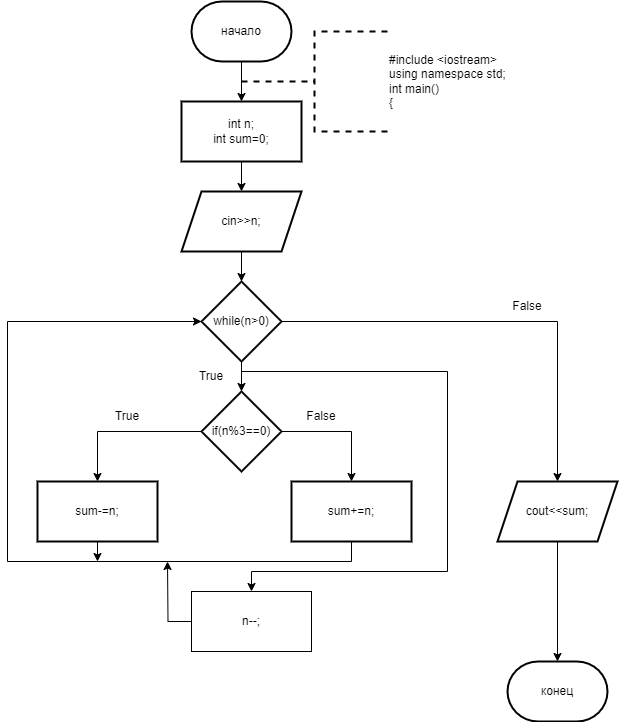
ksinph/PSTU_LABS_2023 keeps this draw.io diagram as 2_19.drawio.png. Above is the earlier version. Source tidied: cells renumbered, new cells last; positions are measured from the earlier drawing's top-left corner, leaving out a move shared by most shapes. The source it was exported from:
```xml
<mxGraphModel>
  <root>
    <mxCell id="0" />
    <mxCell id="1" parent="0" />
    <mxCell id="2" style="edgeStyle=orthogonalEdgeStyle;rounded=0;jettySize=auto;html=1;" parent="1" edge="1" source="3" target="5">
      <mxGeometry relative="1" as="geometry" />
    </mxCell>
    <mxCell id="3" value="начало" style="strokeWidth=2;html=1;shape=mxgraph.flowchart.terminator;whiteSpace=wrap;" parent="1" vertex="1">
      <mxGeometry x="184" width="100" height="60" as="geometry" />
    </mxCell>
    <mxCell id="4" style="edgeStyle=orthogonalEdgeStyle;rounded=0;jettySize=auto;html=1;" parent="1" edge="1" source="5" target="7">
      <mxGeometry relative="1" as="geometry" />
    </mxCell>
    <mxCell id="5" value="int n;&lt;br&gt;int sum=0;" style="whiteSpace=wrap;html=1;strokeWidth=2;" parent="1" vertex="1">
      <mxGeometry x="174" y="100" width="120" height="60" as="geometry" />
    </mxCell>
    <mxCell id="6" style="edgeStyle=orthogonalEdgeStyle;rounded=0;jettySize=auto;html=1;" parent="1" edge="1" source="7" target="11">
      <mxGeometry relative="1" as="geometry" />
    </mxCell>
    <mxCell id="7" value="cin&amp;gt;&amp;gt;n;" style="shape=parallelogram;perimeter=parallelogramPerimeter;whiteSpace=wrap;html=1;fixedSize=1;strokeWidth=2;" parent="1" vertex="1">
      <mxGeometry x="174" y="190" width="120" height="60" as="geometry" />
    </mxCell>
    <mxCell id="8" style="edgeStyle=orthogonalEdgeStyle;rounded=0;jettySize=auto;html=1;" parent="1" edge="1" source="11" target="14">
      <mxGeometry relative="1" as="geometry" />
    </mxCell>
    <mxCell id="9" style="edgeStyle=orthogonalEdgeStyle;rounded=0;jettySize=auto;html=1;" parent="1" edge="1" source="11" target="19">
      <mxGeometry relative="1" as="geometry" />
    </mxCell>
    <mxCell id="10" style="edgeStyle=orthogonalEdgeStyle;rounded=0;jettySize=auto;html=1;exitX=0.5;exitY=1;exitDx=0;exitDy=0;entryX=0.5;entryY=0;entryDx=0;entryDy=0;" parent="1" edge="1" source="11" target="21">
      <mxGeometry relative="1" as="geometry">
        <Array as="points">
          <mxPoint x="234" y="370" />
          <mxPoint x="440" y="370" />
          <mxPoint x="440" y="570" />
          <mxPoint x="244" y="570" />
        </Array>
      </mxGeometry>
    </mxCell>
    <mxCell id="11" value="while(n&amp;gt;0)" style="rhombus;whiteSpace=wrap;html=1;strokeWidth=2;" parent="1" vertex="1">
      <mxGeometry x="194" y="280" width="80" height="80" as="geometry" />
    </mxCell>
    <mxCell id="12" style="edgeStyle=orthogonalEdgeStyle;rounded=0;jettySize=auto;html=1;" parent="1" edge="1" source="14" target="16">
      <mxGeometry relative="1" as="geometry" />
    </mxCell>
    <mxCell id="13" style="edgeStyle=orthogonalEdgeStyle;rounded=0;jettySize=auto;html=1;" parent="1" edge="1" source="14" target="18">
      <mxGeometry relative="1" as="geometry" />
    </mxCell>
    <mxCell id="14" value="if(n%3==0)" style="rhombus;whiteSpace=wrap;html=1;strokeWidth=2;" parent="1" vertex="1">
      <mxGeometry x="194" y="390" width="80" height="80" as="geometry" />
    </mxCell>
    <mxCell id="15" style="edgeStyle=orthogonalEdgeStyle;rounded=0;jettySize=auto;html=1;exitX=0.5;exitY=1;exitDx=0;exitDy=0;" parent="1" edge="1" source="16">
      <mxGeometry relative="1" as="geometry">
        <mxPoint x="90" y="560" as="targetPoint" />
      </mxGeometry>
    </mxCell>
    <mxCell id="16" value="sum-=n;" style="whiteSpace=wrap;html=1;strokeWidth=2;" parent="1" vertex="1">
      <mxGeometry x="30" y="480" width="120" height="60" as="geometry" />
    </mxCell>
    <mxCell id="17" style="edgeStyle=orthogonalEdgeStyle;rounded=0;jettySize=auto;html=1;exitX=0.5;exitY=1;exitDx=0;exitDy=0;entryX=0;entryY=0.5;entryDx=0;entryDy=0;" parent="1" edge="1" source="18" target="11">
      <mxGeometry relative="1" as="geometry">
        <Array as="points">
          <mxPoint x="344" y="560" />
          <mxPoint y="560" />
          <mxPoint y="320" />
        </Array>
      </mxGeometry>
    </mxCell>
    <mxCell id="18" value="sum+=n;" style="whiteSpace=wrap;html=1;strokeWidth=2;" parent="1" vertex="1">
      <mxGeometry x="284" y="480" width="120" height="60" as="geometry" />
    </mxCell>
    <mxCell id="19" value="cout&amp;lt;&amp;lt;sum;" style="shape=parallelogram;perimeter=parallelogramPerimeter;whiteSpace=wrap;html=1;fixedSize=1;strokeWidth=2;" parent="1" vertex="1">
      <mxGeometry x="490" y="480" width="120" height="60" as="geometry" />
    </mxCell>
    <mxCell id="20" style="edgeStyle=orthogonalEdgeStyle;rounded=0;jettySize=auto;html=1;exitX=0;exitY=0.5;exitDx=0;exitDy=0;" parent="1" edge="1" source="21">
      <mxGeometry relative="1" as="geometry">
        <mxPoint x="160" y="560" as="targetPoint" />
      </mxGeometry>
    </mxCell>
    <mxCell id="21" value="n--;" style="rounded=0;whiteSpace=wrap;html=1;" parent="1" vertex="1">
      <mxGeometry x="184" y="590" width="120" height="60" as="geometry" />
    </mxCell>
    <mxCell id="22" value="конец" style="strokeWidth=2;html=1;shape=mxgraph.flowchart.terminator;whiteSpace=wrap;" parent="1" vertex="1">
      <mxGeometry x="500" y="660" width="100" height="60" as="geometry" />
    </mxCell>
    <mxCell id="23" style="edgeStyle=orthogonalEdgeStyle;rounded=0;jettySize=auto;html=1;exitX=0.5;exitY=1;exitDx=0;exitDy=0;entryX=0.5;entryY=0;entryDx=0;entryDy=0;entryPerimeter=0;" parent="1" edge="1" source="19" target="22">
      <mxGeometry relative="1" as="geometry" />
    </mxCell>
    <mxCell id="24" value="&lt;div&gt;#include &amp;lt;iostream&amp;gt;&lt;/div&gt;&lt;div&gt;using namespace std;&lt;/div&gt;&lt;div&gt;int main()&lt;/div&gt;&lt;div&gt;{&lt;/div&gt;" style="strokeWidth=2;html=1;shape=mxgraph.flowchart.annotation_2;align=left;labelPosition=right;dashed=1;" parent="1" vertex="1">
      <mxGeometry x="234" y="30" width="146" height="100" as="geometry" />
    </mxCell>
    <mxCell id="25" value="True" style="text;html=1;strokeColor=none;fillColor=none;align=center;verticalAlign=middle;whiteSpace=wrap;rounded=0;" parent="1" vertex="1">
      <mxGeometry x="90" y="400" width="60" height="30" as="geometry" />
    </mxCell>
    <mxCell id="26" value="False" style="text;html=1;strokeColor=none;fillColor=none;align=center;verticalAlign=middle;whiteSpace=wrap;rounded=0;" parent="1" vertex="1">
      <mxGeometry x="284" y="400" width="60" height="30" as="geometry" />
    </mxCell>
    <mxCell id="27" value="True" style="text;html=1;strokeColor=none;fillColor=none;align=center;verticalAlign=middle;whiteSpace=wrap;rounded=0;" parent="1" vertex="1">
      <mxGeometry x="174" y="360" width="60" height="30" as="geometry" />
    </mxCell>
    <mxCell id="28" value="False" style="text;html=1;strokeColor=none;fillColor=none;align=center;verticalAlign=middle;whiteSpace=wrap;rounded=0;" parent="1" vertex="1">
      <mxGeometry x="490" y="290" width="60" height="30" as="geometry" />
    </mxCell>
  </root>
</mxGraphModel>
```
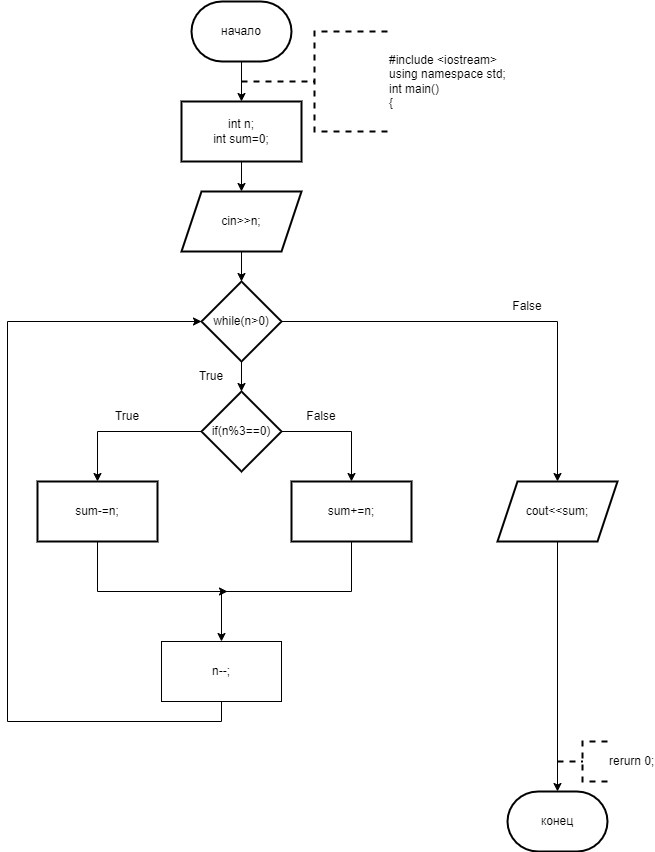
Above is the later version.

The edit, as a diff of the source:
```diff
@@ -26,16 +26,6 @@
     <mxCell id="9" style="edgeStyle=orthogonalEdgeStyle;rounded=0;jettySize=auto;html=1;" parent="1" edge="1" source="11" target="19">
       <mxGeometry relative="1" as="geometry" />
     </mxCell>
-    <mxCell id="10" style="edgeStyle=orthogonalEdgeStyle;rounded=0;jettySize=auto;html=1;exitX=0.5;exitY=1;exitDx=0;exitDy=0;entryX=0.5;entryY=0;entryDx=0;entryDy=0;" parent="1" edge="1" source="11" target="21">
-      <mxGeometry relative="1" as="geometry">
-        <Array as="points">
-          <mxPoint x="234" y="370" />
-          <mxPoint x="440" y="370" />
-          <mxPoint x="440" y="570" />
-          <mxPoint x="244" y="570" />
-        </Array>
-      </mxGeometry>
-    </mxCell>
     <mxCell id="11" value="while(n&amp;gt;0)" style="rhombus;whiteSpace=wrap;html=1;strokeWidth=2;" parent="1" vertex="1">
       <mxGeometry x="194" y="280" width="80" height="80" as="geometry" />
     </mxCell>
@@ -50,37 +40,38 @@
     </mxCell>
     <mxCell id="15" style="edgeStyle=orthogonalEdgeStyle;rounded=0;jettySize=auto;html=1;exitX=0.5;exitY=1;exitDx=0;exitDy=0;" parent="1" edge="1" source="16">
       <mxGeometry relative="1" as="geometry">
-        <mxPoint x="90" y="560" as="targetPoint" />
+        <mxPoint x="220" y="590" as="targetPoint" />
+        <Array as="points">
+          <mxPoint x="90" y="590" />
+        </Array>
       </mxGeometry>
     </mxCell>
     <mxCell id="16" value="sum-=n;" style="whiteSpace=wrap;html=1;strokeWidth=2;" parent="1" vertex="1">
       <mxGeometry x="30" y="480" width="120" height="60" as="geometry" />
     </mxCell>
-    <mxCell id="17" style="edgeStyle=orthogonalEdgeStyle;rounded=0;jettySize=auto;html=1;exitX=0.5;exitY=1;exitDx=0;exitDy=0;entryX=0;entryY=0.5;entryDx=0;entryDy=0;" parent="1" edge="1" source="18" target="11">
-      <mxGeometry relative="1" as="geometry">
-        <Array as="points">
-          <mxPoint x="344" y="560" />
-          <mxPoint y="560" />
-          <mxPoint y="320" />
-        </Array>
-      </mxGeometry>
-    </mxCell>
+    <mxCell id="29" style="edgeStyle=orthogonalEdgeStyle;rounded=0;jettySize=auto;html=1;exitX=0.5;exitY=1;exitDx=0;exitDy=0;entryX=0.5;entryY=0;entryDx=0;entryDy=0;" parent="1" edge="1" source="18" target="21">
+      <mxGeometry relative="1" as="geometry" />
+    </mxCell>
     <mxCell id="18" value="sum+=n;" style="whiteSpace=wrap;html=1;strokeWidth=2;" parent="1" vertex="1">
       <mxGeometry x="284" y="480" width="120" height="60" as="geometry" />
     </mxCell>
     <mxCell id="19" value="cout&amp;lt;&amp;lt;sum;" style="shape=parallelogram;perimeter=parallelogramPerimeter;whiteSpace=wrap;html=1;fixedSize=1;strokeWidth=2;" parent="1" vertex="1">
       <mxGeometry x="490" y="480" width="120" height="60" as="geometry" />
     </mxCell>
-    <mxCell id="20" style="edgeStyle=orthogonalEdgeStyle;rounded=0;jettySize=auto;html=1;exitX=0;exitY=0.5;exitDx=0;exitDy=0;" parent="1" edge="1" source="21">
-      <mxGeometry relative="1" as="geometry">
-        <mxPoint x="160" y="560" as="targetPoint" />
-      </mxGeometry>
-    </mxCell>
+    <mxCell id="30" style="edgeStyle=orthogonalEdgeStyle;rounded=0;jettySize=auto;html=1;exitX=0.5;exitY=1;exitDx=0;exitDy=0;entryX=0;entryY=0.5;entryDx=0;entryDy=0;" parent="1" edge="1" source="21" target="11">
+      <mxGeometry relative="1" as="geometry">
+        <Array as="points">
+          <mxPoint x="214" y="720" />
+          <mxPoint y="720" />
+          <mxPoint y="320" />
+        </Array>
+      </mxGeometry>
+    </mxCell>
     <mxCell id="21" value="n--;" style="rounded=0;whiteSpace=wrap;html=1;" parent="1" vertex="1">
-      <mxGeometry x="184" y="590" width="120" height="60" as="geometry" />
+      <mxGeometry x="154" y="640" width="120" height="60" as="geometry" />
     </mxCell>
     <mxCell id="22" value="конец" style="strokeWidth=2;html=1;shape=mxgraph.flowchart.terminator;whiteSpace=wrap;" parent="1" vertex="1">
-      <mxGeometry x="500" y="660" width="100" height="60" as="geometry" />
+      <mxGeometry x="500" y="790" width="100" height="60" as="geometry" />
     </mxCell>
     <mxCell id="23" style="edgeStyle=orthogonalEdgeStyle;rounded=0;jettySize=auto;html=1;exitX=0.5;exitY=1;exitDx=0;exitDy=0;entryX=0.5;entryY=0;entryDx=0;entryDy=0;entryPerimeter=0;" parent="1" edge="1" source="19" target="22">
       <mxGeometry relative="1" as="geometry" />
@@ -100,5 +91,8 @@
     <mxCell id="28" value="False" style="text;html=1;strokeColor=none;fillColor=none;align=center;verticalAlign=middle;whiteSpace=wrap;rounded=0;" parent="1" vertex="1">
       <mxGeometry x="490" y="290" width="60" height="30" as="geometry" />
     </mxCell>
+    <mxCell id="31" value="rerurn 0;" style="strokeWidth=2;html=1;shape=mxgraph.flowchart.annotation_2;align=left;labelPosition=right;dashed=1;" parent="1" vertex="1">
+      <mxGeometry x="550" y="740" width="50" height="40" as="geometry" />
+    </mxCell>
   </root>
 </mxGraphModel>
```
